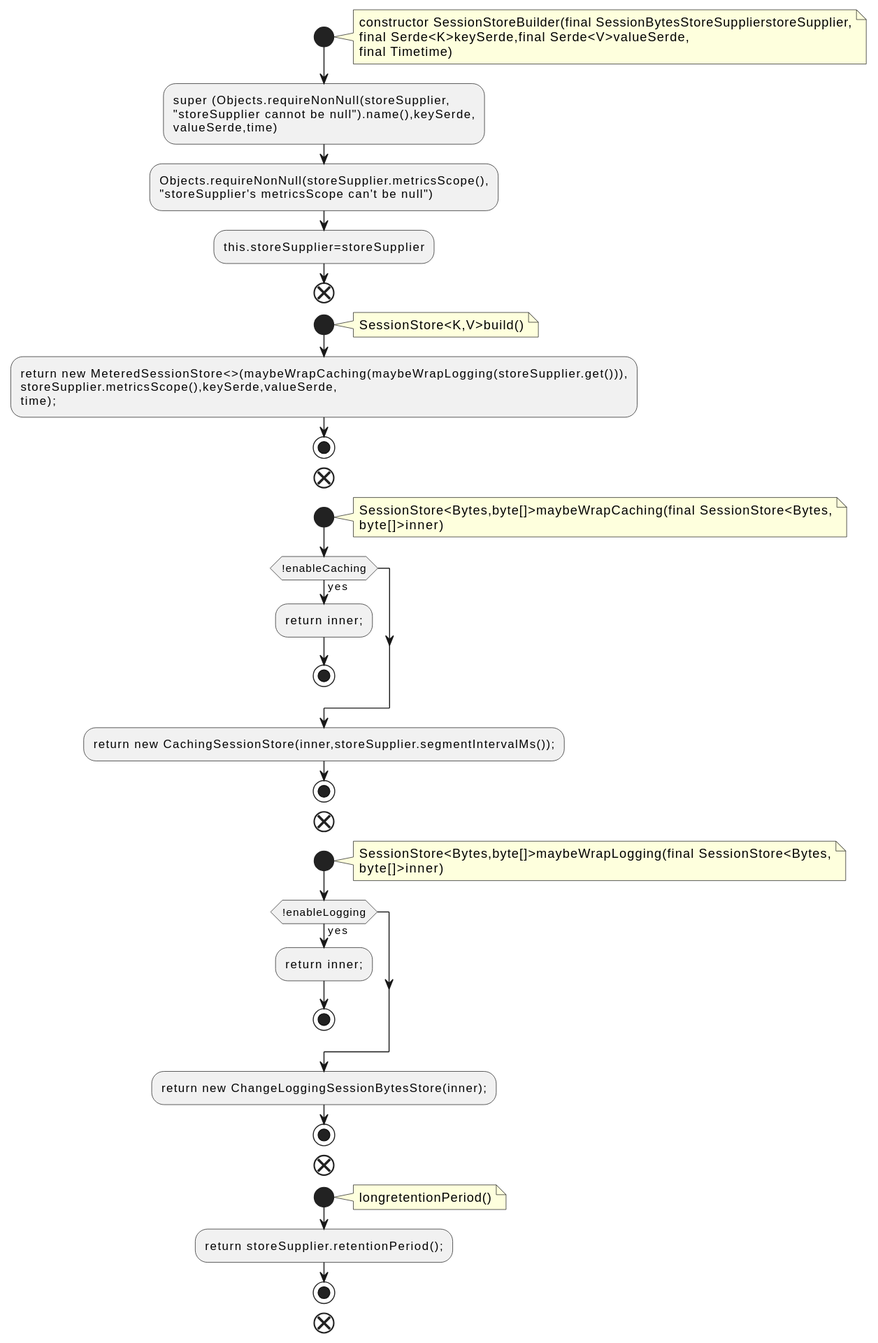
The PlantUML diagram docs/qc/streams/src/main/java/org/apache/kafka/streams/state/internals/SessionStoreBuilder.java.fct.svg in qualitesys/kafka, before a commit.
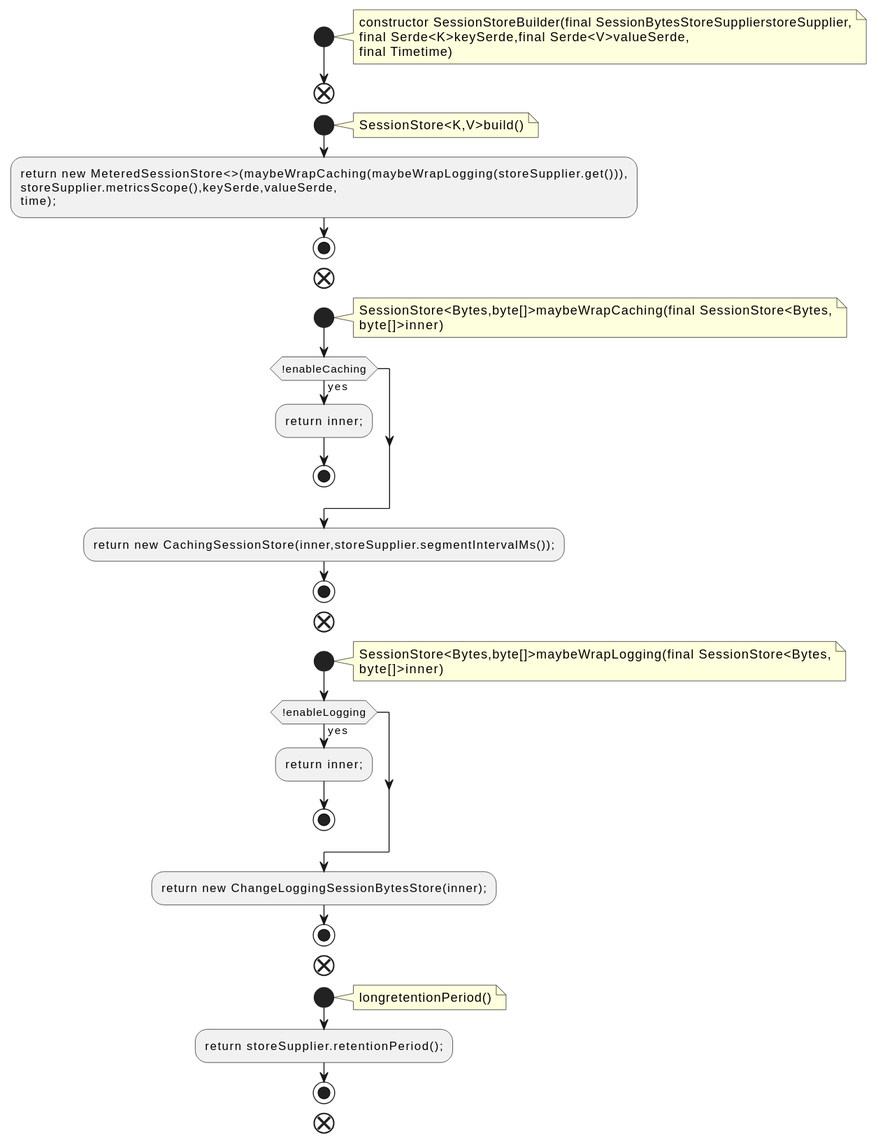
After the change.

The edit, as a diff of the source:
```diff
@@ -6,12 +6,6 @@
 final Serde<K>keySerde,final Serde<V>valueSerde,
 final Timetime)
 end note
-:super (Objects.requireNonNull(storeSupplier,
-"storeSupplier cannot be null").name(),keySerde,
-valueSerde,time);
-:Objects.requireNonNull(storeSupplier.metricsScope(),
-"storeSupplier's metricsScope can't be null");
-:this.storeSupplier=storeSupplier;
 end
 start
 note right
```
